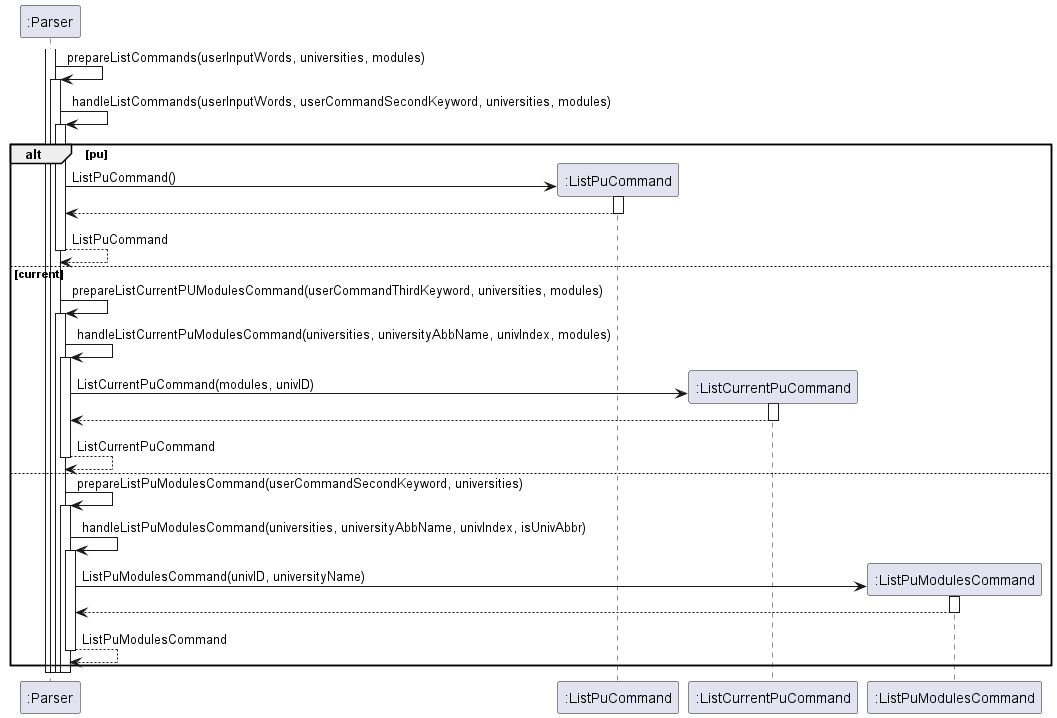
This is docs/diagrams/remove/prepareListCommand.png from nus-cs2113-AY2223S2/tp, a PlantUML export, as it was before one commit. Source of this version:
```plantuml
@startuml

activate ":Parser"
":Parser" -> ":Parser": prepareListCommands(userInputWords, universities, modules)
activate ":Parser"
":Parser" -> ":Parser": handleListCommands(userInputWords, userCommandSecondKeyword, universities, modules)
activate ":Parser"
alt pu
    create ":ListPuCommand"
    ":Parser" -> ":ListPuCommand" : ListPuCommand()
    activate ":ListPuCommand"
    ":Parser" <-- ":ListPuCommand"
    deactivate ":ListPuCommand"
    ":Parser" --> ":Parser": ListPuCommand
    deactivate ":Parser"
else current
    ":Parser" -> ":Parser":prepareListCurrentPUModulesCommand(userCommandThirdKeyword, universities, modules)
    activate ":Parser"
    ":Parser" -> ":Parser": handleListCurrentPuModulesCommand(universities, universityAbbName, univIndex, modules)
    activate ":Parser"
    create ":ListCurrentPuCommand"
    ":Parser" -> ":ListCurrentPuCommand" : ListCurrentPuCommand(modules, univID)
    activate ":ListCurrentPuCommand"
    ":Parser" <-- ":ListCurrentPuCommand"
    deactivate ":ListCurrentPuCommand"
    ":Parser" --> ":Parser": ListCurrentPuCommand
    deactivate ":Parser"
else
    ":Parser" -> ":Parser":prepareListPuModulesCommand(userCommandSecondKeyword, universities)
    activate ":Parser"
    ":Parser" -> ":Parser":handleListPuModulesCommand(universities, universityAbbName, univIndex, isUnivAbbr)
    activate ":Parser"
    create ":ListPuModulesCommand"
    ":Parser" -> ":ListPuModulesCommand":ListPuModulesCommand(univID, universityName)
    activate ":ListPuModulesCommand"
    ":Parser" <-- ":ListPuModulesCommand"
    deactivate ":ListPuModulesCommand"
    ":Parser" --> ":Parser": ListPuModulesCommand
    deactivate ":Parser"
end
deactivate ":Parser"
deactivate ":Parser"
deactivate ":Parser"
deactivate ":Parser"
@enduml
```
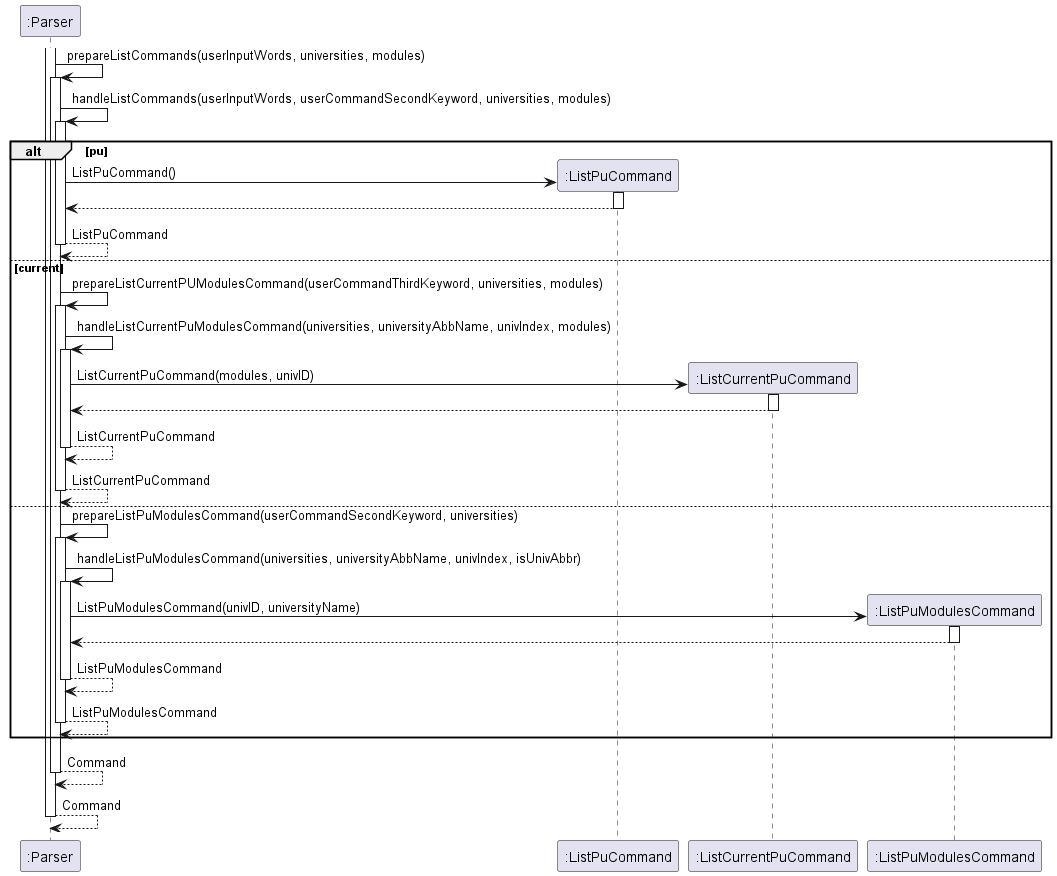
The same diagram one commit later.

Diff of the diagram source:
```diff
@@ -25,6 +25,8 @@
     deactivate ":ListCurrentPuCommand"
     ":Parser" --> ":Parser": ListCurrentPuCommand
     deactivate ":Parser"
+    ":Parser" --> ":Parser": ListCurrentPuCommand
+    deactivate ":Parser"
 else
     ":Parser" -> ":Parser":prepareListPuModulesCommand(userCommandSecondKeyword, universities)
     activate ":Parser"
@@ -37,9 +39,12 @@
     deactivate ":ListPuModulesCommand"
     ":Parser" --> ":Parser": ListPuModulesCommand
     deactivate ":Parser"
+    ":Parser" --> ":Parser": ListPuModulesCommand
+    deactivate ":Parser"
 end
+":Parser" --> ":Parser": Command
 deactivate ":Parser"
+":Parser" --> ":Parser": Command
 deactivate ":Parser"
-deactivate ":Parser"
-deactivate ":Parser"
+
 @enduml
```
